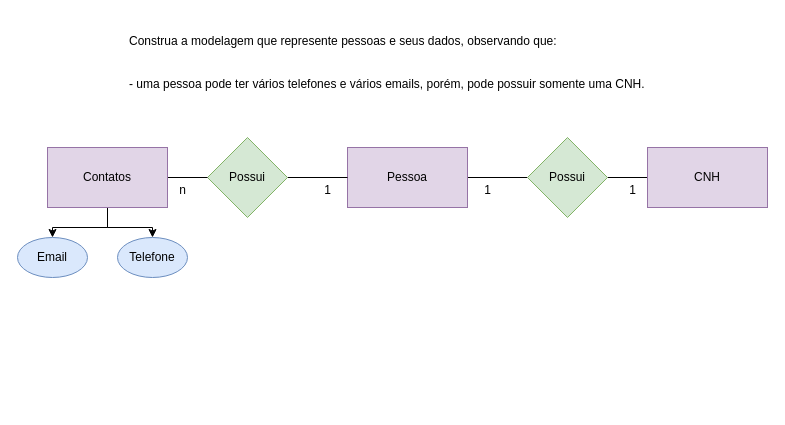
Above: page "Página-1" (1 of 2) of sprint1-exercicios/1.1-pessoas.drawio in Duduuz7/senai-2-semestre (draw.io), before the change. Source tidied: cells renumbered, new cells numbered last; positions are measured from the earlier drawing's top-left corner, leaving out a move shared by most shapes. Both pictures are drawn from the tidied source at 100%, with x=0, y=0 at pixel (17, 27).
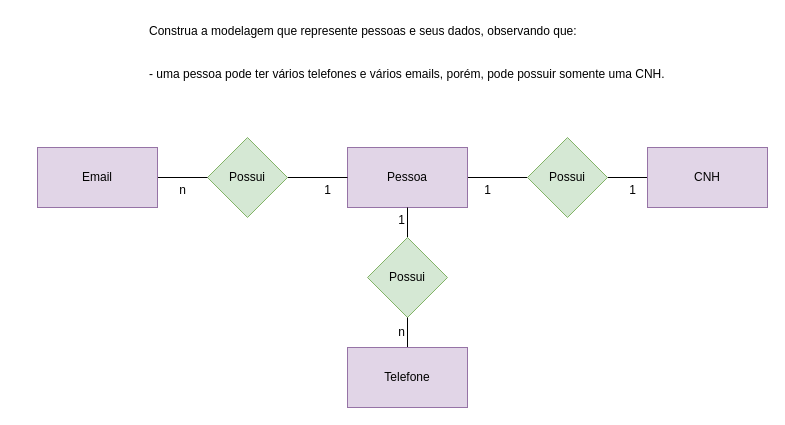
The same diagram, later.

The change refers to these unchanged cells:
```xml
<mxCell id="4" value="Pessoa" style="rounded=0;whiteSpace=wrap;html=1;fillColor=#e1d5e7;strokeColor=#9673a6;" parent="1" vertex="1">
  <mxGeometry x="330" y="120" width="120" height="60" as="geometry" />
</mxCell>
```

Change to the diagram source:
```diff
@@
     <mxCell id="2" value="Construa a modelagem que represente pessoas e seus dados, observando que:&#10;&#10;&#10;- uma pessoa pode ter vários telefones e vários emails, porém, pode possuir somente uma CNH." style="text;whiteSpace=wrap;" parent="1" vertex="1">
-      <mxGeometry x="110" width="560" height="80" as="geometry" />
+      <mxGeometry x="130" y="-10" width="560" height="80" as="geometry" />
     </mxCell>
@@
-    <mxCell id="10" style="edgeStyle=orthogonalEdgeStyle;rounded=0;jettySize=auto;html=1;entryX=0.5;entryY=0;entryDx=0;entryDy=0;" parent="1" edge="1" source="12" target="18">
-      <mxGeometry relative="1" as="geometry" />
-    </mxCell>
-    <mxCell id="11" style="edgeStyle=orthogonalEdgeStyle;rounded=0;jettySize=auto;html=1;entryX=0.5;entryY=0;entryDx=0;entryDy=0;" parent="1" edge="1" source="12" target="19">
-      <mxGeometry relative="1" as="geometry" />
-    </mxCell>
-    <mxCell id="12" value="Contatos" style="rounded=0;whiteSpace=wrap;html=1;fillColor=#e1d5e7;strokeColor=#9673a6;" parent="1" vertex="1">
-      <mxGeometry x="30" y="120" width="120" height="60" as="geometry" />
+    <mxCell id="12" value="Email" style="rounded=0;whiteSpace=wrap;html=1;fillColor=#e1d5e7;strokeColor=#9673a6;" parent="1" vertex="1">
+      <mxGeometry x="20" y="120" width="120" height="60" as="geometry" />
     </mxCell>
@@
-    <mxCell id="18" value="Email" style="ellipse;whiteSpace=wrap;html=1;fillColor=#dae8fc;strokeColor=#6c8ebf;" parent="1" vertex="1">
-      <mxGeometry y="210" width="70" height="40" as="geometry" />
-    </mxCell>
+    <mxCell id="20" style="edgeStyle=orthogonalEdgeStyle;rounded=0;jettySize=auto;html=1;entryX=0.5;entryY=1;entryDx=0;entryDy=0;endArrow=none;endFill=0;" parent="1" edge="1" source="21" target="4">
+      <mxGeometry relative="1" as="geometry" />
+    </mxCell>
+    <mxCell id="21" value="Possui" style="rhombus;whiteSpace=wrap;html=1;fillColor=#d5e8d4;strokeColor=#82b366;" parent="1" vertex="1">
+      <mxGeometry x="350" y="210" width="80" height="80" as="geometry" />
+    </mxCell>
+    <mxCell id="22" style="edgeStyle=orthogonalEdgeStyle;rounded=0;jettySize=auto;html=1;entryX=0.5;entryY=1;entryDx=0;entryDy=0;endArrow=none;endFill=0;" parent="1" edge="1" source="19" target="21">
+      <mxGeometry relative="1" as="geometry" />
+    </mxCell>
-    <mxCell id="19" value="Telefone" style="ellipse;whiteSpace=wrap;html=1;fillColor=#dae8fc;strokeColor=#6c8ebf;" parent="1" vertex="1">
-      <mxGeometry x="100" y="210" width="70" height="40" as="geometry" />
+    <mxCell id="19" value="Telefone" style="rounded=0;whiteSpace=wrap;html=1;fillColor=#e1d5e7;strokeColor=#9673a6;" parent="1" vertex="1">
+      <mxGeometry x="330" y="320" width="120" height="60" as="geometry" />
     </mxCell>
+    <mxCell id="23" value="1" style="text;html=1;align=center;verticalAlign=middle;strokeColor=none;fillColor=none;" parent="1" vertex="1">
+      <mxGeometry x="369" y="178" width="30" height="30" as="geometry" />
+    </mxCell>
+    <mxCell id="24" value="n" style="text;html=1;align=center;verticalAlign=middle;strokeColor=none;fillColor=none;" parent="1" vertex="1">
+      <mxGeometry x="369" y="290" width="30" height="30" as="geometry" />
+    </mxCell>
```
